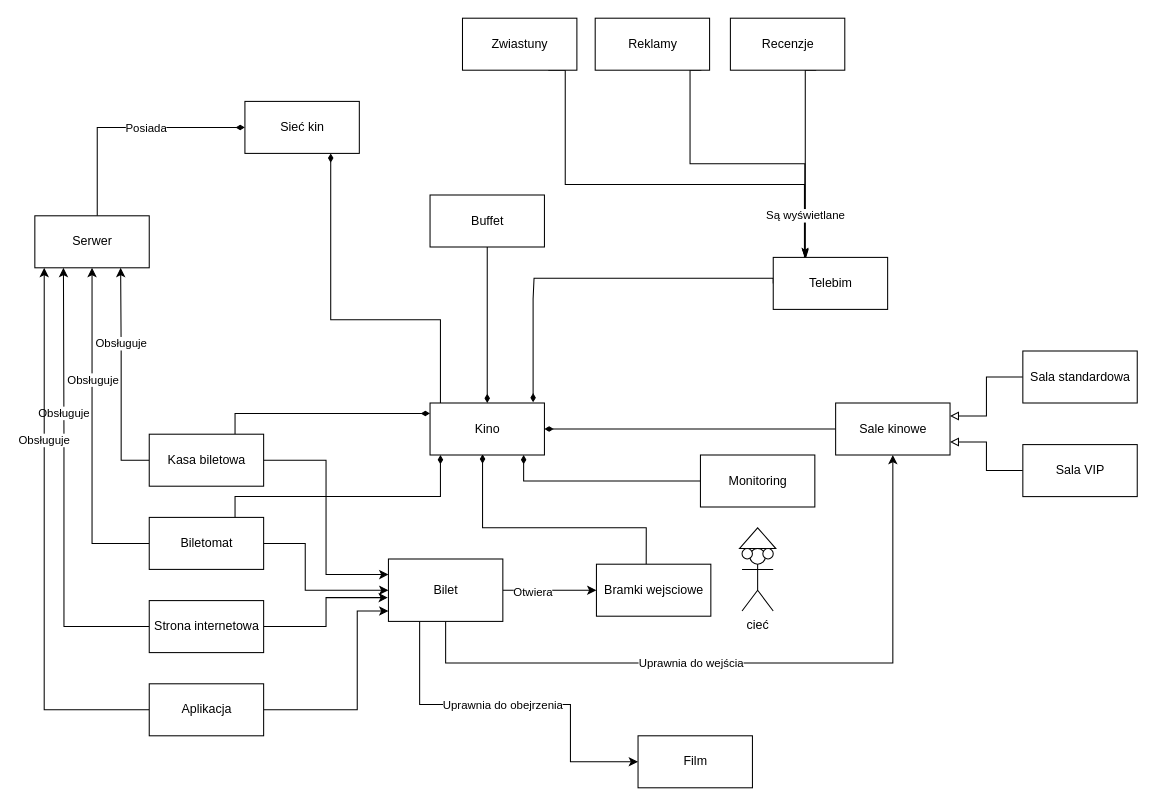
Before: page "Model otoczenia" (2 of 4) of Model_otoczenia.drawio in MateuszKochanski/IPR, a draw.io diagram. Source tidied: cells renumbered, new cells numbered last; positions are measured from the earlier drawing's top-left corner, leaving out a move shared by most shapes. Both pictures are drawn from the tidied source at 104%, with x=0, y=0 at pixel (34, 18).
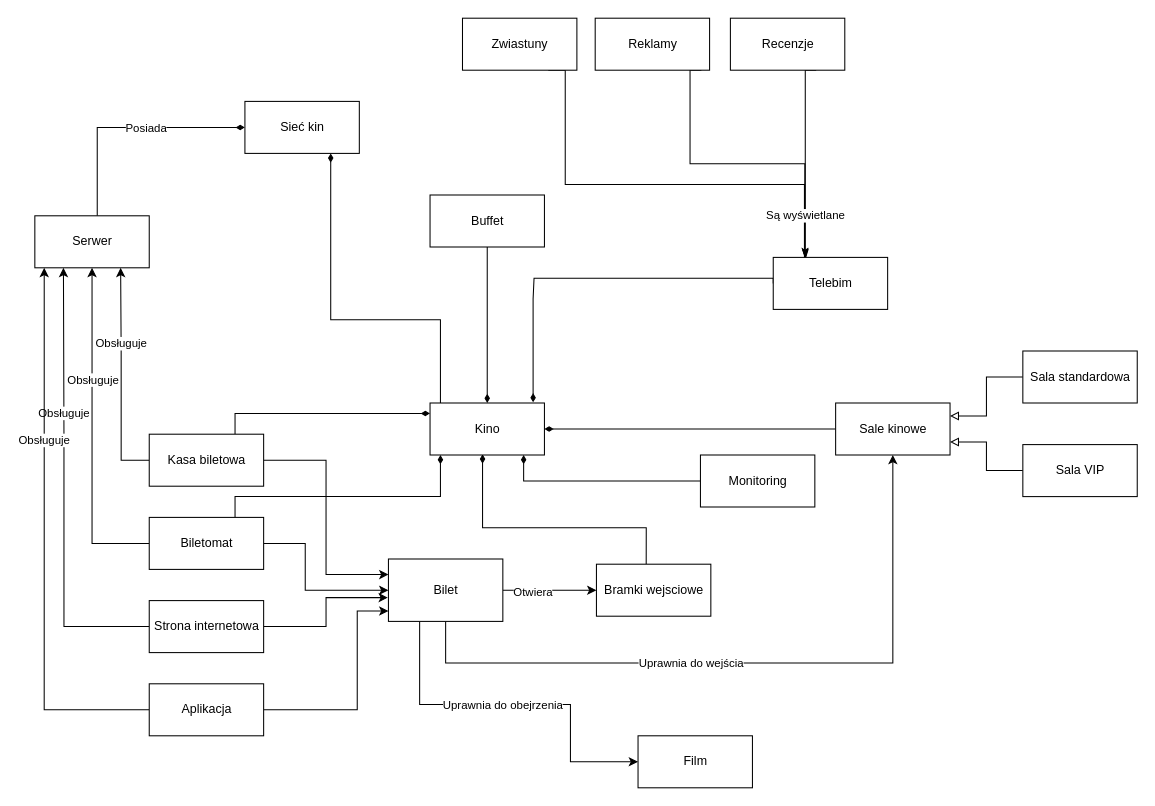
After the change.

Change to the diagram source:
```diff
@@
-    <mxCell id="52" value="cieć" style="shape=umlActor;verticalLabelPosition=bottom;verticalAlign=top;html=1;" parent="1" vertex="1">
-      <mxGeometry x="680" y="510" width="30" height="60" as="geometry" />
-    </mxCell>
-    <mxCell id="53" style="triangle;whiteSpace=wrap;html=1;direction=north;" parent="1" vertex="1">
-      <mxGeometry x="677.5" y="490" width="35" height="20" as="geometry" />
-    </mxCell>
-    <mxCell id="54" style="ellipse;whiteSpace=wrap;html=1;" parent="1" vertex="1">
-      <mxGeometry x="680" y="510" width="10" height="10" as="geometry" />
-    </mxCell>
-    <mxCell id="55" style="ellipse;whiteSpace=wrap;html=1;" parent="1" vertex="1">
-      <mxGeometry x="700" y="510" width="10" height="10" as="geometry" />
-    </mxCell>
```
